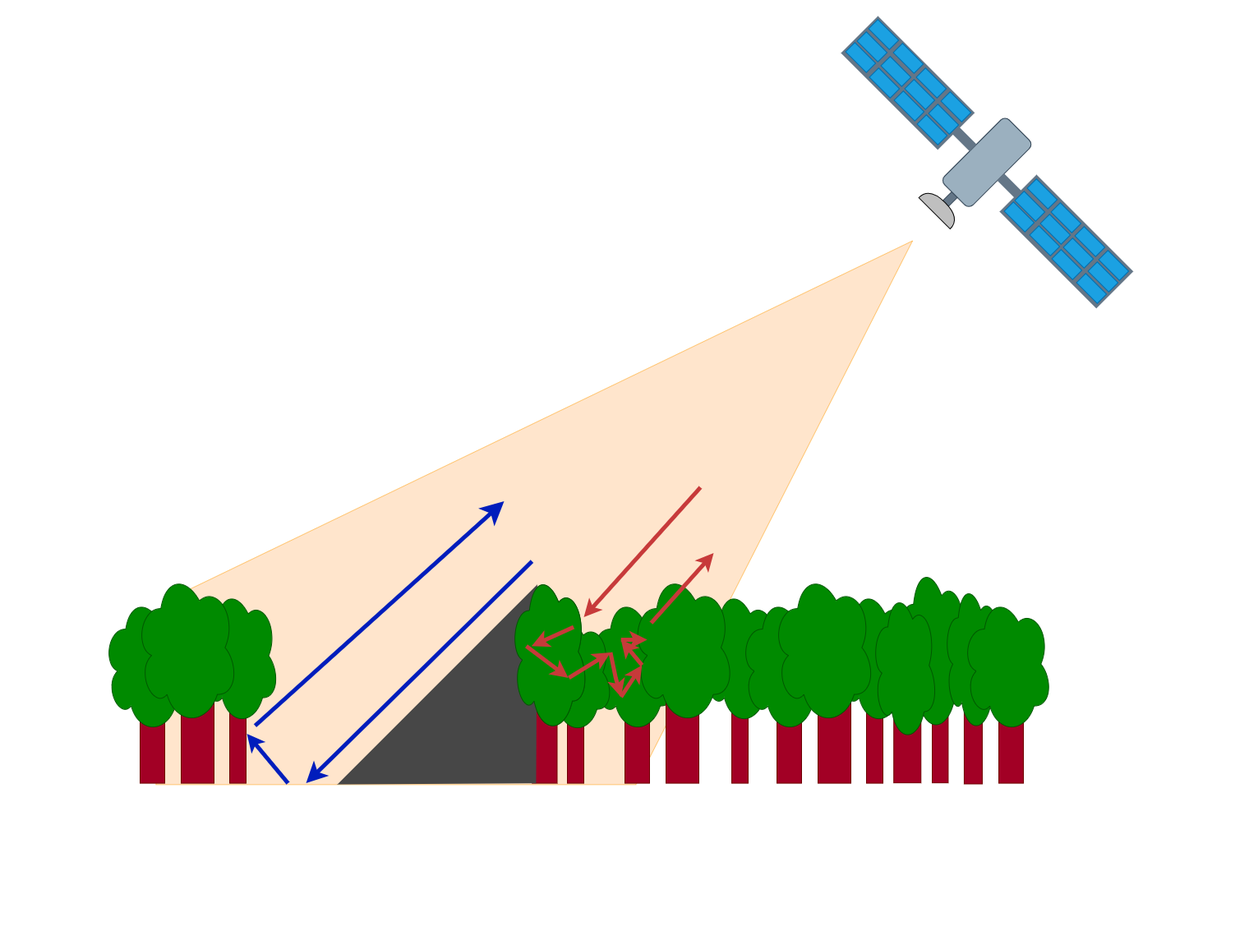
Before: radarshadow4.png, a diagram exported from draw.io (ol-webb/tree_gaps4). Source tidied: cells renumbered, new cells last; positions are measured from the earlier drawing's top-left corner, leaving out a move shared by most shapes.
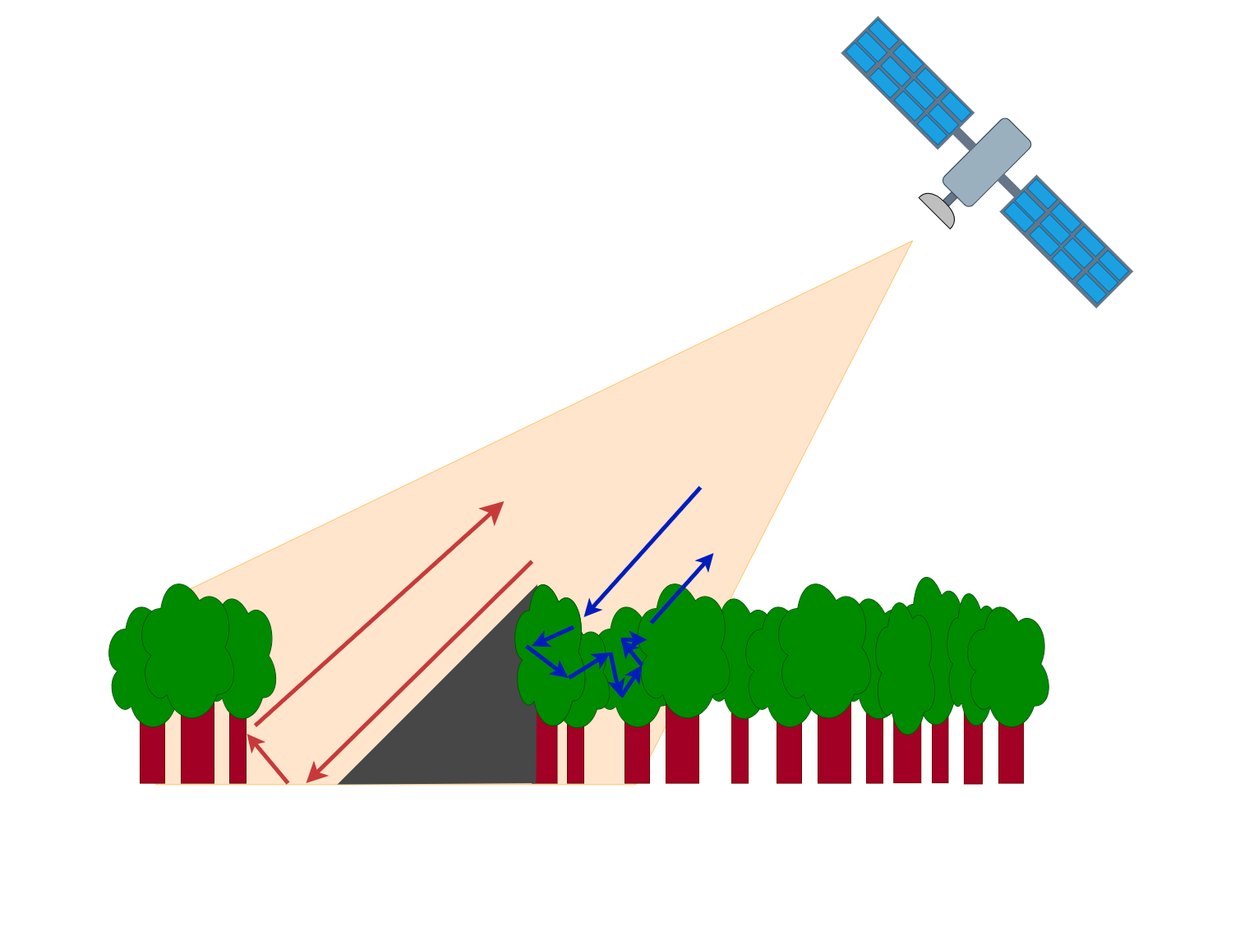
The same file after the commit.

What changed in the source:
```diff
@@ -38,7 +38,7 @@
     <mxCell id="13" style="ellipse;shape=cloud;whiteSpace=wrap;html=1;fillColor=#008a00;fontColor=#ffffff;strokeColor=#005700;" parent="3" vertex="1">
       <mxGeometry x="40" y="50" width="95" height="150" as="geometry" />
     </mxCell>
-    <mxCell id="14" style="endArrow=classic;html=1;rounded=0;strokeWidth=5;fillColor=#d80073;strokeColor=#C73A3A;" parent="3" edge="1">
+    <mxCell id="14" style="endArrow=classic;html=1;rounded=0;strokeWidth=5;fillColor=#d80073;strokeColor=#001DBC;" parent="3" edge="1">
       <mxGeometry relative="1" as="geometry">
         <mxPoint x="182" y="65" as="sourcePoint" />
         <mxPoint x="258" y="-20" as="targetPoint" />
@@ -212,25 +212,25 @@
     <mxCell id="70" style="ellipse;shape=cloud;whiteSpace=wrap;html=1;fillColor=#008a00;fontColor=#ffffff;strokeColor=#005700;" parent="64" vertex="1">
       <mxGeometry x="164" width="125" height="190" as="geometry" />
     </mxCell>
-    <mxCell id="71" style="endArrow=classic;html=1;rounded=0;strokeWidth=5;fillColor=#0050ef;strokeColor=#001DBC;" parent="64" edge="1">
+    <mxCell id="71" style="endArrow=classic;html=1;rounded=0;strokeWidth=5;fillColor=#0050ef;strokeColor=#C73A3A;" parent="64" edge="1">
       <mxGeometry relative="1" as="geometry">
         <mxPoint x="350" y="260" as="sourcePoint" />
         <mxPoint x="300" y="200" as="targetPoint" />
       </mxGeometry>
     </mxCell>
-    <mxCell id="72" style="endArrow=classic;html=1;rounded=0;strokeWidth=5;fillColor=#0050ef;strokeColor=#001DBC;startSize=15;endSize=13;" parent="64" edge="1">
+    <mxCell id="72" style="endArrow=classic;html=1;rounded=0;strokeWidth=5;fillColor=#0050ef;strokeColor=#C73A3A;startSize=15;endSize=13;" parent="64" edge="1">
       <mxGeometry relative="1" as="geometry">
         <mxPoint x="310" y="190" as="sourcePoint" />
         <mxPoint x="613" y="-83" as="targetPoint" />
       </mxGeometry>
     </mxCell>
-    <mxCell id="73" style="endArrow=classic;html=1;rounded=0;strokeWidth=5;fillColor=#d80073;strokeColor=#C73A3A;" parent="2" edge="1">
+    <mxCell id="73" style="endArrow=classic;html=1;rounded=0;strokeWidth=5;fillColor=#d80073;strokeColor=#001DBC;" parent="2" edge="1">
       <mxGeometry relative="1" as="geometry">
         <mxPoint x="842" y="593.6" as="sourcePoint" />
         <mxPoint x="700" y="751.6" as="targetPoint" />
       </mxGeometry>
     </mxCell>
-    <mxCell id="74" style="endArrow=classic;html=1;rounded=0;strokeWidth=5;fillColor=#0050ef;strokeColor=#001DBC;entryX=0.128;entryY=0.008;entryDx=0;entryDy=0;entryPerimeter=0;sourcePerimeterSpacing=-2;targetPerimeterSpacing=4;endSize=10;" parent="2" edge="1">
+    <mxCell id="74" style="endArrow=classic;html=1;rounded=0;strokeWidth=5;fillColor=#0050ef;strokeColor=#C73A3A;entryX=0.128;entryY=0.008;entryDx=0;entryDy=0;entryPerimeter=0;sourcePerimeterSpacing=-2;targetPerimeterSpacing=4;endSize=10;" parent="2" edge="1">
       <mxGeometry relative="1" as="geometry">
         <mxPoint x="637" y="683.6" as="sourcePoint" />
         <mxPoint x="362" y="953.6" as="targetPoint" />
@@ -239,7 +239,7 @@
     <mxCell id="75" style="group;" parent="2" vertex="1">
       <mxGeometry x="630" y="763.6" width="147.2" height="85" as="geometry" />
     </mxCell>
-    <mxCell id="76" style="endArrow=classic;html=1;rounded=0;strokeWidth=5;fillColor=#d80073;strokeColor=#C73A3A;" parent="75" edge="1">
+    <mxCell id="76" style="endArrow=classic;html=1;rounded=0;strokeWidth=5;fillColor=#d80073;strokeColor=#001DBC;" parent="75" edge="1">
       <mxGeometry relative="1" as="geometry">
         <mxPoint x="102.4" y="30.9" as="sourcePoint" />
         <mxPoint x="115.2" y="85" as="targetPoint" />
@@ -248,7 +248,7 @@
         </Array>
       </mxGeometry>
     </mxCell>
-    <mxCell id="77" style="endArrow=classic;html=1;rounded=0;strokeWidth=5;fillColor=#d80073;strokeColor=#C73A3A;" parent="75" edge="1">
+    <mxCell id="77" style="endArrow=classic;html=1;rounded=0;strokeWidth=5;fillColor=#d80073;strokeColor=#001DBC;" parent="75" edge="1">
       <mxGeometry relative="1" as="geometry">
         <mxPoint x="51.9" y="61.8" as="sourcePoint" />
         <mxPoint x="102.4" y="30.9" as="targetPoint" />
@@ -257,31 +257,31 @@
         </Array>
       </mxGeometry>
     </mxCell>
-    <mxCell id="78" style="endArrow=classic;html=1;rounded=0;strokeWidth=5;fillColor=#d80073;strokeColor=#C73A3A;" parent="75" edge="1">
+    <mxCell id="78" style="endArrow=classic;html=1;rounded=0;strokeWidth=5;fillColor=#d80073;strokeColor=#001DBC;" parent="75" edge="1">
       <mxGeometry relative="1" as="geometry">
         <mxPoint y="23.2" as="sourcePoint" />
         <mxPoint x="51.2" y="61.8" as="targetPoint" />
       </mxGeometry>
     </mxCell>
-    <mxCell id="79" style="endArrow=classic;html=1;rounded=0;strokeWidth=5;fillColor=#d80073;strokeColor=#C73A3A;" parent="75" edge="1">
+    <mxCell id="79" style="endArrow=classic;html=1;rounded=0;strokeWidth=5;fillColor=#d80073;strokeColor=#001DBC;" parent="75" edge="1">
       <mxGeometry relative="1" as="geometry">
         <mxPoint x="57.6" as="sourcePoint" />
         <mxPoint x="6.4" y="23.2" as="targetPoint" />
       </mxGeometry>
     </mxCell>
-    <mxCell id="80" style="endArrow=classic;html=1;rounded=0;strokeWidth=5;fillColor=#d80073;strokeColor=#C73A3A;" parent="75" edge="1">
+    <mxCell id="80" style="endArrow=classic;html=1;rounded=0;strokeWidth=5;fillColor=#d80073;strokeColor=#001DBC;" parent="75" edge="1">
       <mxGeometry relative="1" as="geometry">
         <mxPoint x="115.2" y="85" as="sourcePoint" />
         <mxPoint x="140.8" y="46.4" as="targetPoint" />
       </mxGeometry>
     </mxCell>
-    <mxCell id="81" style="endArrow=classic;html=1;rounded=0;strokeWidth=5;fillColor=#d80073;strokeColor=#C73A3A;" parent="75" edge="1">
+    <mxCell id="81" style="endArrow=classic;html=1;rounded=0;strokeWidth=5;fillColor=#d80073;strokeColor=#001DBC;" parent="75" edge="1">
       <mxGeometry relative="1" as="geometry">
         <mxPoint x="140.8" y="46.4" as="sourcePoint" />
         <mxPoint x="115.2" y="15.5" as="targetPoint" />
       </mxGeometry>
     </mxCell>
-    <mxCell id="82" style="endArrow=classic;html=1;rounded=0;strokeWidth=5;fillColor=#d80073;strokeColor=#C73A3A;" parent="75" edge="1">
+    <mxCell id="82" style="endArrow=classic;html=1;rounded=0;strokeWidth=5;fillColor=#d80073;strokeColor=#001DBC;" parent="75" edge="1">
       <mxGeometry relative="1" as="geometry">
         <mxPoint x="115.2" y="15.5" as="sourcePoint" />
         <mxPoint x="147.2" y="15.5" as="targetPoint" />
```
